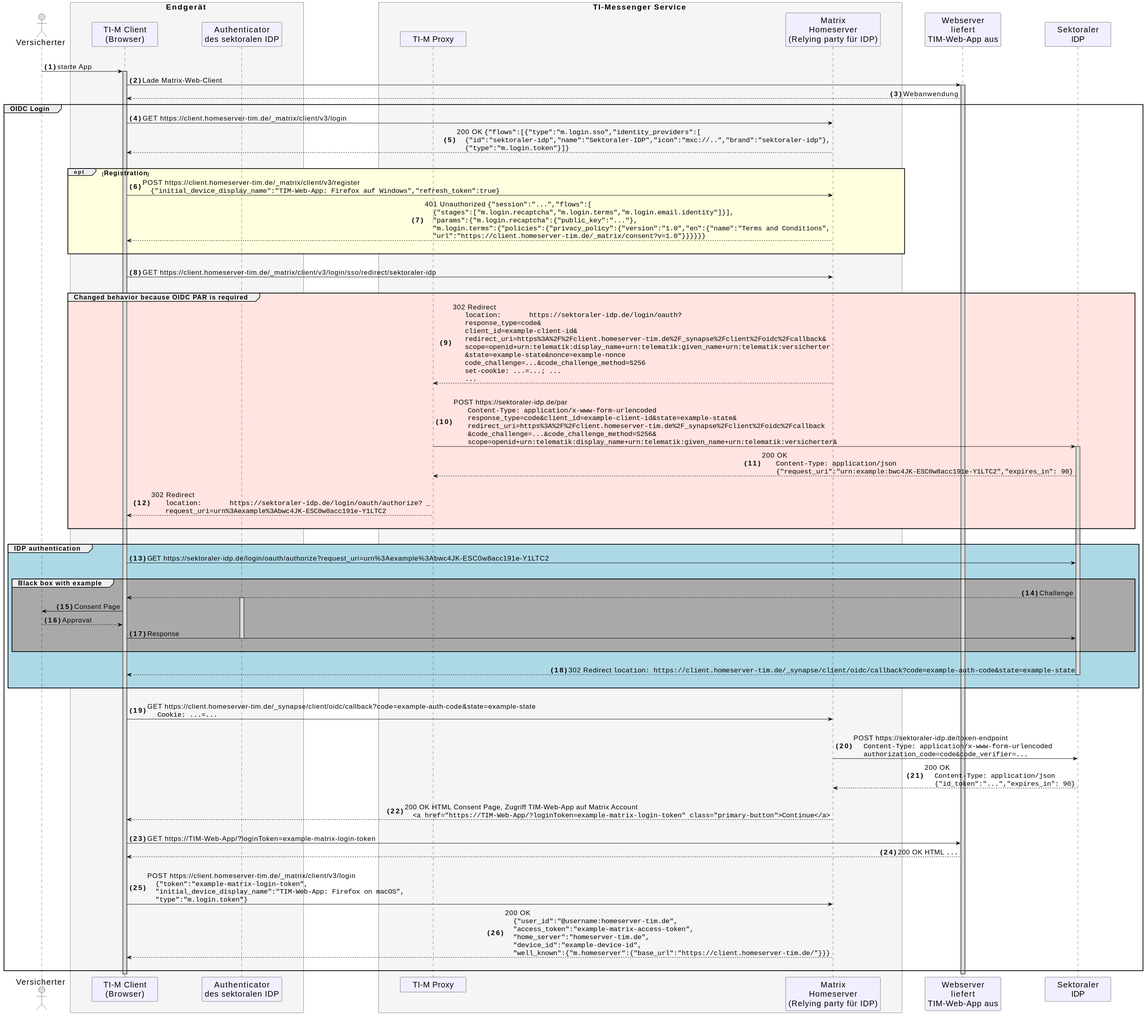
gematik/api-ti-messenger keeps this PlantUML diagram as images/diagrams/TI-Messenger-Dienst/Ressourcen/TI-Messenger_OIDC_Login.svg. Above is the earlier version.
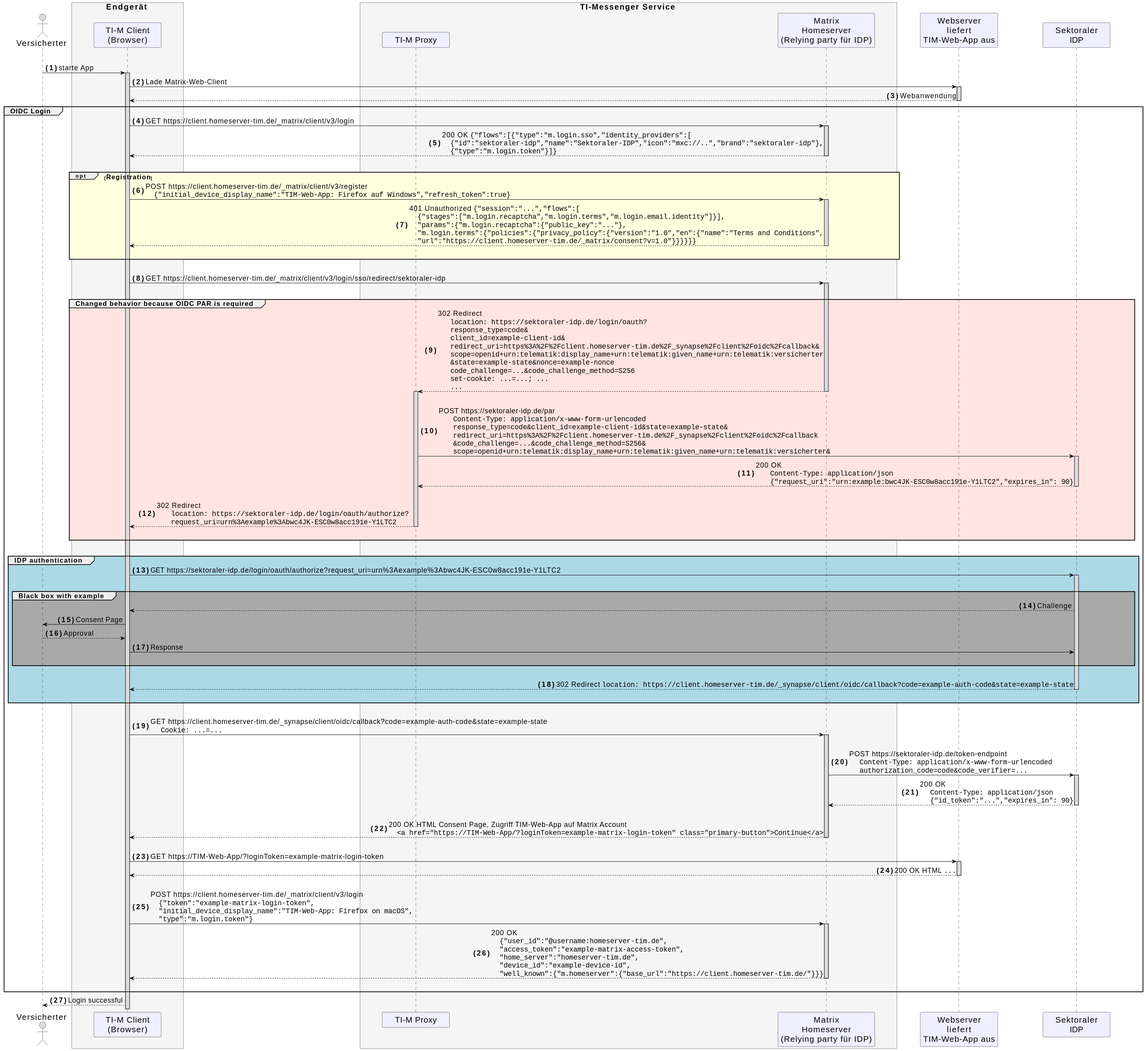
The same file after the commit.

Commit message:
Commit from GitHub Actions (GeneratePlantumlImages)

What changed in the source:
```diff
@@ -31,7 +31,6 @@
 actor us as "Versicherter"
 box <size:19>Endgerät</size> #WhiteSmoke
   participant app as "TI-M Client\n(Browser)"
-  participant au as "Authenticator\ndes sektoralen IDP"
 end box
 box <size:19>TI-Messenger Service</size> #WhiteSmoke
   participant pr as "TI-M Proxy"
@@ -47,60 +46,60 @@
 activate app
   app -> mc: Lade Matrix-Web-Client
   activate mc
-  mc --> app: Webanwendung
+  mc --> app --: Webanwendung
   group <size:16>OIDC Login</size>
-    app -> hs: GET https://client.homeserver-tim.de/_matrix/client/v3/login
-    hs --> app: 200 OK ""{"flows":[{"type":"m.login.sso","identity_providers":[""\n    ""{"id":"sektoraler-idp","name":"Sektoraler-IDP","icon":"mxc://..","brand":"sektoraler-idp"},""\n    ""{"type":"m.login.token"}]}""
+    app -> hs ++: GET https://client.homeserver-tim.de/_matrix/client/v3/login
+    hs --> app --: 200 OK ""{"flows":[{"type":"m.login.sso","identity_providers":[""\n    ""{"id":"sektoraler-idp","name":"Sektoraler-IDP","icon":"mxc://..","brand":"sektoraler-idp"},""\n    ""{"type":"m.login.token"}]}""
     |||
     opt #LightYellow <size:16>Registration</size>
-    app -> hs: POST https://client.homeserver-tim.de/_matrix/client/v3/register\n    ""{"initial_device_display_name":"TIM-Web-App: Firefox auf Windows","refresh_token":true}""
-    hs --> app: 401 Unauthorized ""{"session":"...","flows":[""\n    ""{"stages":["m.login.recaptcha","m.login.terms","m.login.email.identity"]}],""\n    """params":{"m.login.recaptcha":{"public_key":"..."},""\n    """m.login.terms":{"policies":{"privacy_policy":{"version":"1.0","en":{"name":"Terms and Conditions",""\n    """url":"https://client.homeserver-tim.de/_matrix/consent?v=1.0"}}}}}}""
+    app -> hs ++: POST https://client.homeserver-tim.de/_matrix/client/v3/register\n    ""{"initial_device_display_name":"TIM-Web-App: Firefox auf Windows","refresh_token":true}""
+    hs --> app --: 401 Unauthorized ""{"session":"...","flows":[""\n    ""{"stages":["m.login.recaptcha","m.login.terms","m.login.email.identity"]}],""\n    """params":{"m.login.recaptcha":{"public_key":"..."},""\n    """m.login.terms":{"policies":{"privacy_policy":{"version":"1.0","en":{"name":"Terms and Conditions",""\n    """url":"https://client.homeserver-tim.de/_matrix/consent?v=1.0"}}}}}}""
     |||
     end 'opt
     |||
-    app -> hs: GET https://client.homeserver-tim.de/_matrix/client/v3/login/sso/redirect/sektoraler-idp
+    app -> hs++: GET https://client.homeserver-tim.de/_matrix/client/v3/login/sso/redirect/sektoraler-idp
     |||
     group #MistyRose <size:16>Changed behavior because OIDC PAR is required</size>
-      hs --> pr: 302 Redirect\n      ""location:	https://sektoraler-idp.de/login/oauth?""\n      ""response_type=code&""\n      ""client_id=example-client-id&""\n      ""redirect_uri=https%3A%2F%2Fclient.homeserver-tim.de%2F_synapse%2Fclient%2Foidc%2Fcallback&""\n      ""scope=openid+urn:telematik:display_name+urn:telematik:given_name+urn:telematik:versicherter""\n      ""&state=example-state&nonce=example-nonce""\n      ""code_challenge=...&code_challenge_method=S256""\n      ""set-cookie: ...=...; ...""\n      ""...""
+      hs --> pr --++: 302 Redirect\n      ""location: https://sektoraler-idp.de/login/oauth?""\n      ""response_type=code&""\n      ""client_id=example-client-id&""\n      ""redirect_uri=https%3A%2F%2Fclient.homeserver-tim.de%2F_synapse%2Fclient%2Foidc%2Fcallback&""\n      ""scope=openid+urn:telematik:display_name+urn:telematik:given_name+urn:telematik:versicherter""\n      ""&state=example-state&nonce=example-nonce""\n      ""code_challenge=...&code_challenge_method=S256""\n      ""set-cookie: ...=...; ...""\n      ""...""
+
       |||
-      pr -> idp: POST https://sektoraler-idp.de/par\n       ""Content-Type: application/x-www-form-urlencoded""\n       ""response_type=code&client_id=example-client-id&state=example-state&""\n       ""redirect_uri=https%3A%2F%2Fclient.homeserver-tim.de%2F_synapse%2Fclient%2Foidc%2Fcallback""\n       ""&code_challenge=...&code_challenge_method=S256&""\n       ""scope=openid+urn:telematik:display_name+urn:telematik:given_name+urn:telematik:versicherter&""
-      activate idp
-      idp --> pr: 200 OK\n       ""Content-Type: application/json""\n       ""{"request_uri":"urn:example:bwc4JK-ESC0w8acc191e-Y1LTC2","expires_in": 90}""
+      pr -> idp ++: POST https://sektoraler-idp.de/par\n       ""Content-Type: application/x-www-form-urlencoded""\n       ""response_type=code&client_id=example-client-id&state=example-state&""\n       ""redirect_uri=https%3A%2F%2Fclient.homeserver-tim.de%2F_synapse%2Fclient%2Foidc%2Fcallback""\n       ""&code_challenge=...&code_challenge_method=S256&""\n       ""scope=openid+urn:telematik:display_name+urn:telematik:given_name+urn:telematik:versicherter&""
+
+      idp --> pr --: 200 OK\n       ""Content-Type: application/json""\n       ""{"request_uri":"urn:example:bwc4JK-ESC0w8acc191e-Y1LTC2","expires_in": 90}""
       |||
-      pr --> app: 302 Redirect\n       ""location:	https://sektoraler-idp.de/login/oauth/authorize? _""\n       ""request_uri=urn%3Aexample%3Abwc4JK-ESC0w8acc191e-Y1LTC2""
+      pr --> app --: 302 Redirect\n       ""location: https://sektoraler-idp.de/login/oauth/authorize? ""\n       ""request_uri=urn%3Aexample%3Abwc4JK-ESC0w8acc191e-Y1LTC2""
       |||
     end 'group
     |||
     group #LightBlue <size:16>IDP authentication</size>
-      app -> idp: GET	https://sektoraler-idp.de/login/oauth/authorize?request_uri=urn%3Aexample%3Abwc4JK-ESC0w8acc191e-Y1LTC2
+      app -> idp ++: GET	https://sektoraler-idp.de/login/oauth/authorize?request_uri=urn%3Aexample%3Abwc4JK-ESC0w8acc191e-Y1LTC2
       |||
       group #DarkGray <size:16>Black box with example</size>
         idp --> app: Challenge
-        activate au
         app -> us: Consent Page
         us --> app: Approval
         app -> idp: Response
-      deactivate au
+
       |||
       end 'group
       |||
-      idp --> app: 302 Redirect ""location: https://client.homeserver-tim.de/_synapse/client/oidc/callback?code=example-auth-code&state=example-state""
-      deactivate idp
+      idp --> app --: 302 Redirect ""location: https://client.homeserver-tim.de/_synapse/client/oidc/callback?code=example-auth-code&state=example-state""
       |||
     end 'group
     |||
-    app -> hs: GET https://client.homeserver-tim.de/_synapse/client/oidc/callback?code=example-auth-code&state=example-state\n     ""Cookie: ...=...""
+    app -> hs ++: GET https://client.homeserver-tim.de/_synapse/client/oidc/callback?code=example-auth-code&state=example-state\n     ""Cookie: ...=...""
     |||
-    hs -> idp: POST https://sektoraler-idp.de/token-endpoint\n     ""Content-Type: application/x-www-form-urlencoded""\n     ""authorization_code=code&code_verifier=...""
-    idp --> hs: 200 OK\n     ""Content-Type: application/json""\n     ""{"id_token":"...","expires_in": 90}""
+    hs -> idp ++: POST https://sektoraler-idp.de/token-endpoint\n     ""Content-Type: application/x-www-form-urlencoded""\n     ""authorization_code=code&code_verifier=...""
+    idp --> hs --: 200 OK\n     ""Content-Type: application/json""\n     ""{"id_token":"...","expires_in": 90}""
     |||
-    hs --> app: 200 OK HTML Consent Page, Zugriff TIM-Web-App auf Matrix Account\n    ""<a href="https://TIM-Web-App/?loginToken=example-matrix-login-token" class="primary-button">Continue</a>""
+    hs --> app --: 200 OK HTML Consent Page, Zugriff TIM-Web-App auf Matrix Account\n    ""<a href="https://TIM-Web-App/?loginToken=example-matrix-login-token" class="primary-button">Continue</a>""
     |||
-    app -> mc: GET https://TIM-Web-App/?loginToken=example-matrix-login-token
-    mc --> app: 200 OK HTML ""...""
+    app -> mc ++: GET https://TIM-Web-App/?loginToken=example-matrix-login-token
+    mc --> app--: 200 OK HTML ""...""
     |||
-    app -> hs: POST https://client.homeserver-tim.de/_matrix/client/v3/login\n    ""{"token":"example-matrix-login-token",""\n    """initial_device_display_name":"TIM-Web-App: Firefox on macOS",""\n    """type":"m.login.token"}""
-    hs --> app: 200 OK\n    ""{"user_id":"@username:homeserver-tim.de",""\n    """access_token":"example-matrix-access-token",""\n    """home_server":"homeserver-tim.de",""\n    """device_id":"example-device-id",""\n    """well_known":{"m.homeserver":{"base_url":"https://client.homeserver-tim.de/"}}}""
+    app -> hs ++: POST https://client.homeserver-tim.de/_matrix/client/v3/login\n    ""{"token":"example-matrix-login-token",""\n    """initial_device_display_name":"TIM-Web-App: Firefox on macOS",""\n    """type":"m.login.token"}""
+    hs --> app --: 200 OK\n    ""{"user_id":"@username:homeserver-tim.de",""\n    """access_token":"example-matrix-access-token",""\n    """home_server":"homeserver-tim.de",""\n    """device_id":"example-device-id",""\n    """well_known":{"m.homeserver":{"base_url":"https://client.homeserver-tim.de/"}}}""
     |||
   end 'group
+  app --> us: Login successful
 @enduml
```
